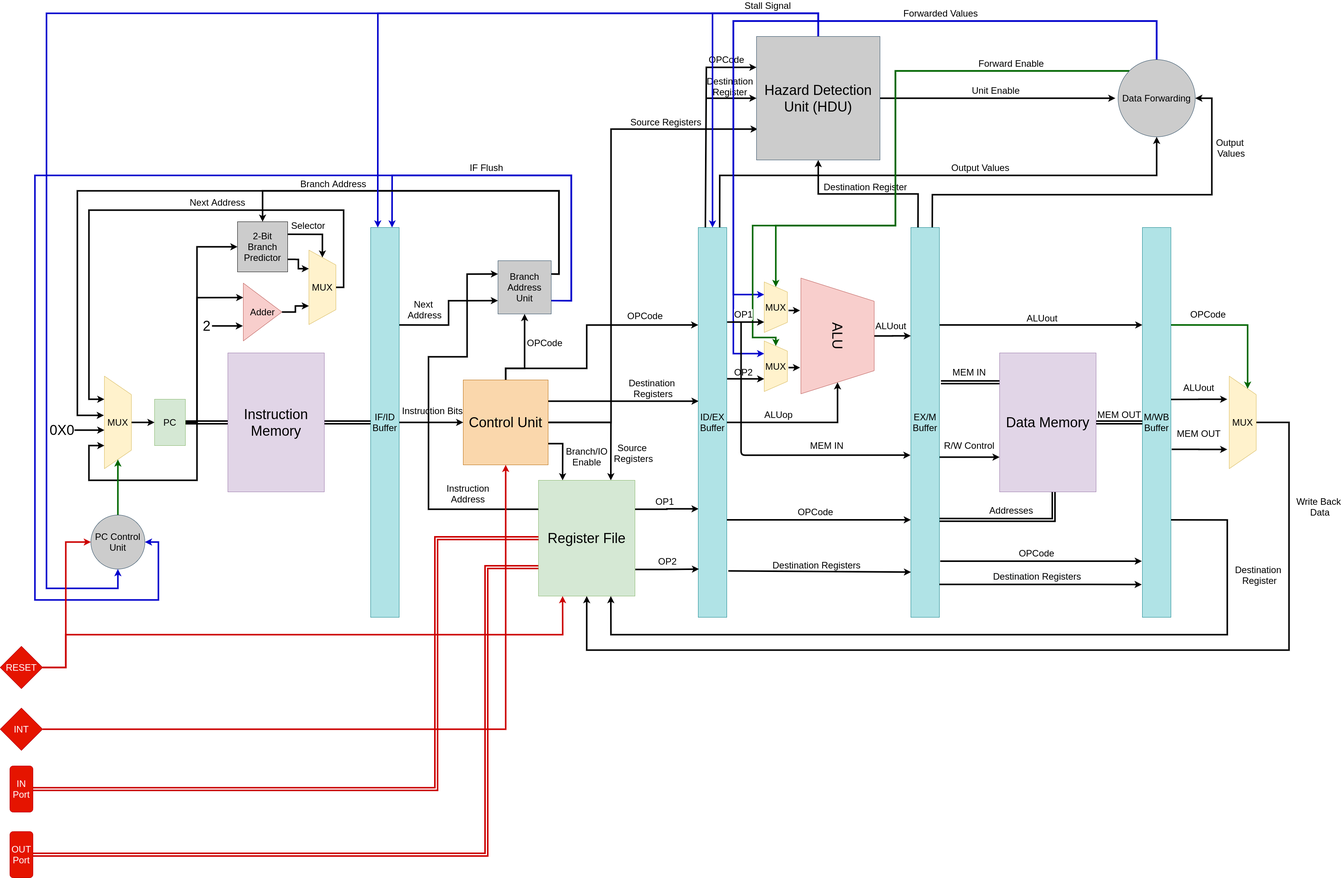
Earlier version of the draw.io export docs/overall_system.png (mido3ds/pipeline-risc-cpu). Source tidied: cells renumbered, new cells last; positions are measured from the earlier drawing's top-left corner, leaving out a move shared by most shapes.
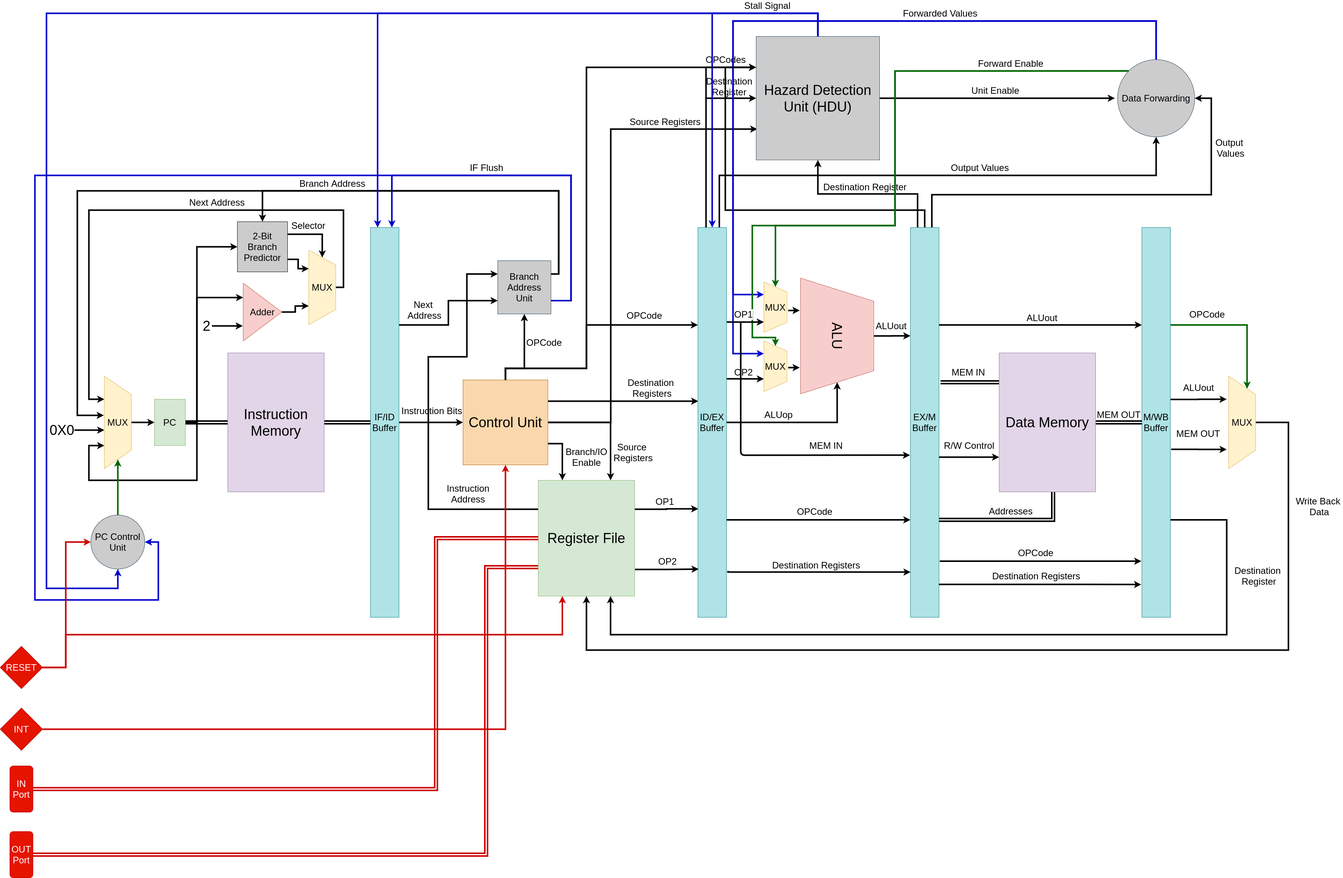
The same file after the commit.

Commit message:
added signals to HDU for load-use case

The edit, as a diff of the source:
```diff
@@ -140,15 +140,6 @@
         <mxPoint x="1" y="-1" as="offset" />
       </mxGeometry>
     </mxCell>
-    <mxCell id="27" style="edgeStyle=orthogonalEdgeStyle;rounded=0;jettySize=auto;html=1;exitX=0.5;exitY=0;exitDx=0;exitDy=0;entryX=0;entryY=0.25;entryDx=0;entryDy=0;strokeColor=#000000;strokeWidth=4;" parent="1" edge="1" source="28" target="39">
-      <mxGeometry relative="1" as="geometry">
-        <Array as="points">
-          <mxPoint x="1310" y="920" />
-          <mxPoint x="1520" y="920" />
-          <mxPoint x="1520" y="808" />
-        </Array>
-      </mxGeometry>
-    </mxCell>
     <mxCell id="28" value="&lt;font style=&quot;font-size: 36px&quot;&gt;Control Unit&lt;/font&gt;" style="whiteSpace=wrap;html=1;fillColor=#fad7ac;strokeColor=#b46504;" parent="1" vertex="1">
       <mxGeometry x="1200" y="950" width="220" height="220" as="geometry" />
     </mxCell>
@@ -204,7 +195,7 @@
         </Array>
       </mxGeometry>
     </mxCell>
-    <mxCell id="38" value="&lt;font style=&quot;font-size: 24px&quot;&gt;OPCode&lt;/font&gt;" style="edgeStyle=orthogonalEdgeStyle;rounded=0;jettySize=auto;html=1;exitX=0.25;exitY=0;exitDx=0;exitDy=0;entryX=0;entryY=0.25;entryDx=0;entryDy=0;strokeWidth=4;" parent="1" edge="1" source="39" target="70">
+    <mxCell id="38" value="&lt;font style=&quot;font-size: 24px&quot;&gt;OPCodes&lt;/font&gt;" style="edgeStyle=orthogonalEdgeStyle;rounded=0;jettySize=auto;html=1;exitX=0.25;exitY=0;exitDx=0;exitDy=0;entryX=0;entryY=0.25;entryDx=0;entryDy=0;strokeWidth=4;" parent="1" edge="1" source="39" target="70">
       <mxGeometry x="0.71" y="20" relative="1" as="geometry">
         <Array as="points">
           <mxPoint x="1830" y="555" />
@@ -310,6 +301,15 @@
         </Array>
       </mxGeometry>
     </mxCell>
+    <mxCell id="105" style="edgeStyle=orthogonalEdgeStyle;rounded=0;jettySize=auto;html=1;exitX=0.5;exitY=0;exitDx=0;exitDy=0;entryX=0;entryY=0.25;entryDx=0;entryDy=0;strokeWidth=4;" parent="1" edge="1" source="55" target="70">
+      <mxGeometry relative="1" as="geometry">
+        <Array as="points">
+          <mxPoint x="2397" y="510" />
+          <mxPoint x="1880" y="510" />
+          <mxPoint x="1880" y="140" />
+        </Array>
+      </mxGeometry>
+    </mxCell>
     <mxCell id="55" value="&lt;font style=&quot;font-size: 24px&quot;&gt;EX/M&lt;br&gt;Buffer&lt;/font&gt;" style="rounded=0;whiteSpace=wrap;html=1;fillColor=#b0e3e6;strokeColor=#0e8088;" parent="1" vertex="1">
       <mxGeometry x="2360" y="555" width="74" height="1010" as="geometry" />
     </mxCell>
@@ -601,5 +601,23 @@
         </Array>
       </mxGeometry>
     </mxCell>
+    <mxCell id="27" style="edgeStyle=orthogonalEdgeStyle;rounded=0;jettySize=auto;html=1;exitX=0.5;exitY=0;exitDx=0;exitDy=0;entryX=0;entryY=0.25;entryDx=0;entryDy=0;strokeColor=#000000;strokeWidth=4;" parent="1" edge="1" source="28" target="39">
+      <mxGeometry relative="1" as="geometry">
+        <Array as="points">
+          <mxPoint x="1310" y="920" />
+          <mxPoint x="1520" y="920" />
+          <mxPoint x="1520" y="808" />
+        </Array>
+      </mxGeometry>
+    </mxCell>
+    <mxCell id="106" style="edgeStyle=orthogonalEdgeStyle;rounded=0;jettySize=auto;html=1;exitX=0.5;exitY=0;exitDx=0;exitDy=0;entryX=0;entryY=0.25;entryDx=0;entryDy=0;strokeWidth=4;" parent="1" edge="1" source="28" target="70">
+      <mxGeometry relative="1" as="geometry">
+        <Array as="points">
+          <mxPoint x="1310" y="920" />
+          <mxPoint x="1520" y="920" />
+          <mxPoint x="1520" y="140" />
+        </Array>
+      </mxGeometry>
+    </mxCell>
   </root>
 </mxGraphModel>
```
